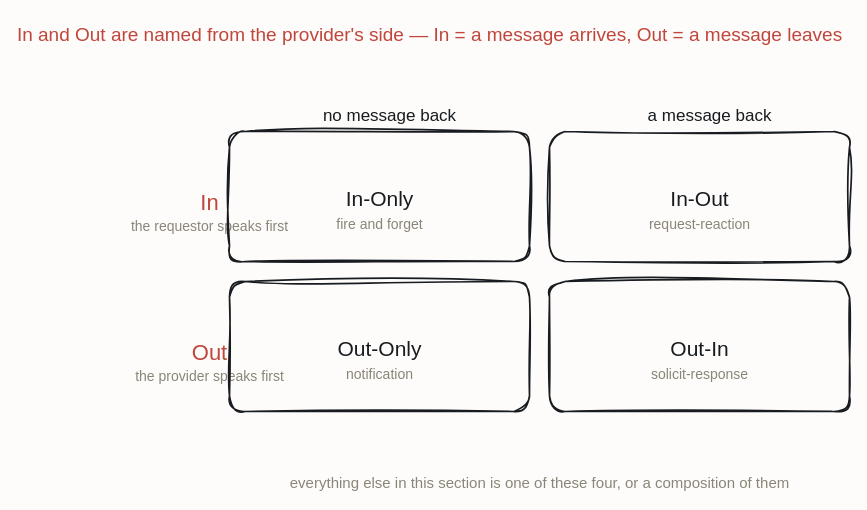
Before: resources/grid-exchange-2x2.drawio in iancooper/practical-messaging, a draw.io diagram. Source tidied: cells renumbered, new cells numbered last; positions are measured from the earlier drawing's top-left corner, leaving out a move shared by most shapes. Both pictures are drawn from the tidied source at 100%, with x=0, y=0 at pixel (149, 17).
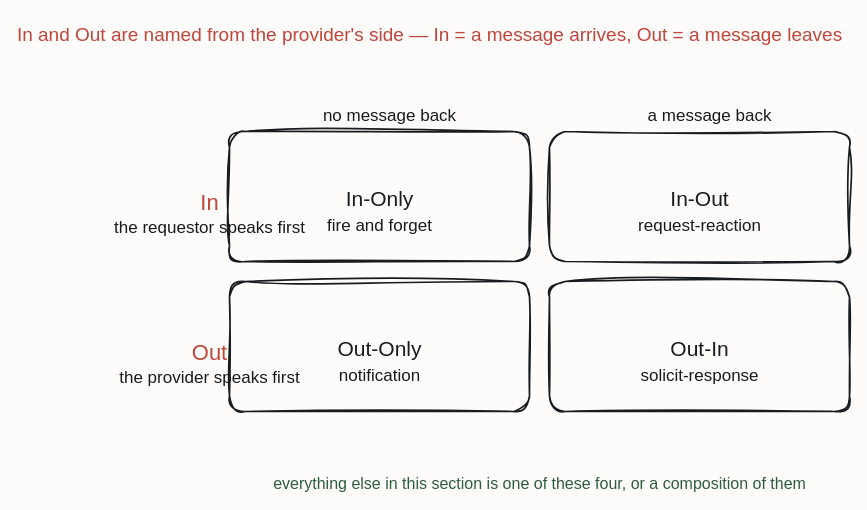
Above is the later version.

Change to the diagram source:
```diff
@@
-    <mxCell id="4" value="the requestor speaks first" style="text;html=1;align=center;fontFamily=Caveat;fontSize=14;fontColor=#8A8578;" parent="1" vertex="1">
+    <mxCell id="4" value="the requestor speaks first" style="text;html=1;align=center;fontFamily=Caveat;fontSize=17;fontColor=#181B1F;" parent="1" vertex="1">
       <mxGeometry y="194" width="120" height="20" as="geometry" />
     </mxCell>
@@
-    <mxCell id="6" value="the provider speaks first" style="text;html=1;align=center;fontFamily=Caveat;fontSize=14;fontColor=#8A8578;" parent="1" vertex="1">
+    <mxCell id="6" value="the provider speaks first" style="text;html=1;align=center;fontFamily=Caveat;fontSize=17;fontColor=#181B1F;" parent="1" vertex="1">
       <mxGeometry y="344" width="120" height="20" as="geometry" />
     </mxCell>
@@
-    <mxCell id="11" value="fire and forget" style="text;html=1;align=center;fontFamily=Caveat;fontSize=14;fontColor=#8A8578;" parent="1" vertex="1">
+    <mxCell id="11" value="fire and forget" style="text;html=1;align=center;fontFamily=Caveat;fontSize=17;fontColor=#181B1F;" parent="1" vertex="1">
       <mxGeometry x="170" y="192" width="120" height="20" as="geometry" />
     </mxCell>
@@
-    <mxCell id="14" value="request-reaction" style="text;html=1;align=center;fontFamily=Caveat;fontSize=14;fontColor=#8A8578;" parent="1" vertex="1">
+    <mxCell id="14" value="request-reaction" style="text;html=1;align=center;fontFamily=Caveat;fontSize=17;fontColor=#181B1F;" parent="1" vertex="1">
       <mxGeometry x="490" y="192" width="120" height="20" as="geometry" />
     </mxCell>
@@
-    <mxCell id="17" value="notification" style="text;html=1;align=center;fontFamily=Caveat;fontSize=14;fontColor=#8A8578;" parent="1" vertex="1">
+    <mxCell id="17" value="notification" style="text;html=1;align=center;fontFamily=Caveat;fontSize=17;fontColor=#181B1F;" parent="1" vertex="1">
       <mxGeometry x="170" y="342" width="120" height="20" as="geometry" />
     </mxCell>
@@
-    <mxCell id="20" value="solicit-response" style="text;html=1;align=center;fontFamily=Caveat;fontSize=14;fontColor=#8A8578;" parent="1" vertex="1">
+    <mxCell id="20" value="solicit-response" style="text;html=1;align=center;fontFamily=Caveat;fontSize=17;fontColor=#181B1F;" parent="1" vertex="1">
       <mxGeometry x="490" y="342" width="120" height="20" as="geometry" />
     </mxCell>
-    <mxCell id="21" value="everything else in this section is one of these four, or a composition of them" style="text;html=1;align=center;fontFamily=Caveat;fontSize=15;fontColor=#8A8578;" parent="1" vertex="1">
+    <mxCell id="21" value="everything else in this section is one of these four, or a composition of them" style="text;html=1;align=center;fontFamily=Caveat;fontSize=16;fontColor=#2F5D3A;" parent="1" vertex="1">
       <mxGeometry x="330" y="450" width="120" height="20" as="geometry" />
     </mxCell>
```
